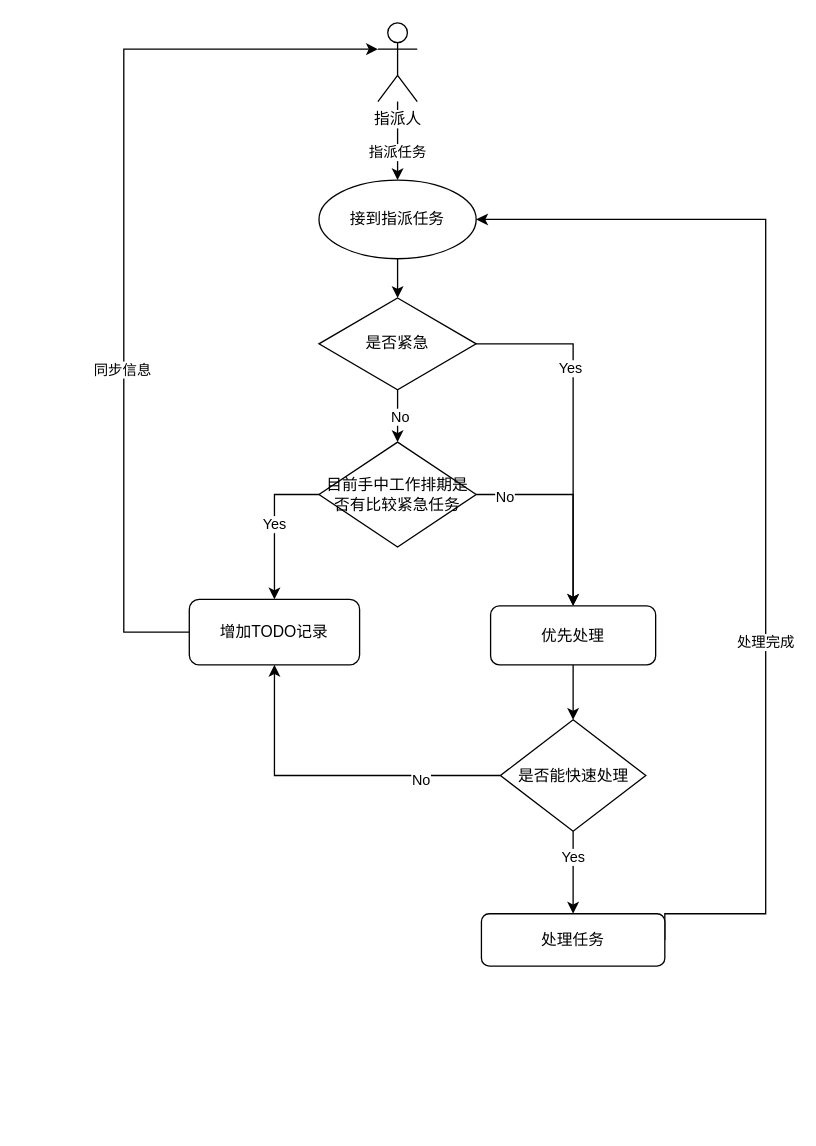
This is page "任务指派类" (1 of 3) of 处理问题流程.drawio from cp0802/xueqqiu, a draw.io file, before an edit. Source tidied: cells renumbered, new cells numbered last; positions are measured from the earlier drawing's top-left corner, leaving out a move shared by most shapes. Both pictures are drawn from the tidied source at 131%, with x=0, y=0 at pixel (123, 22).
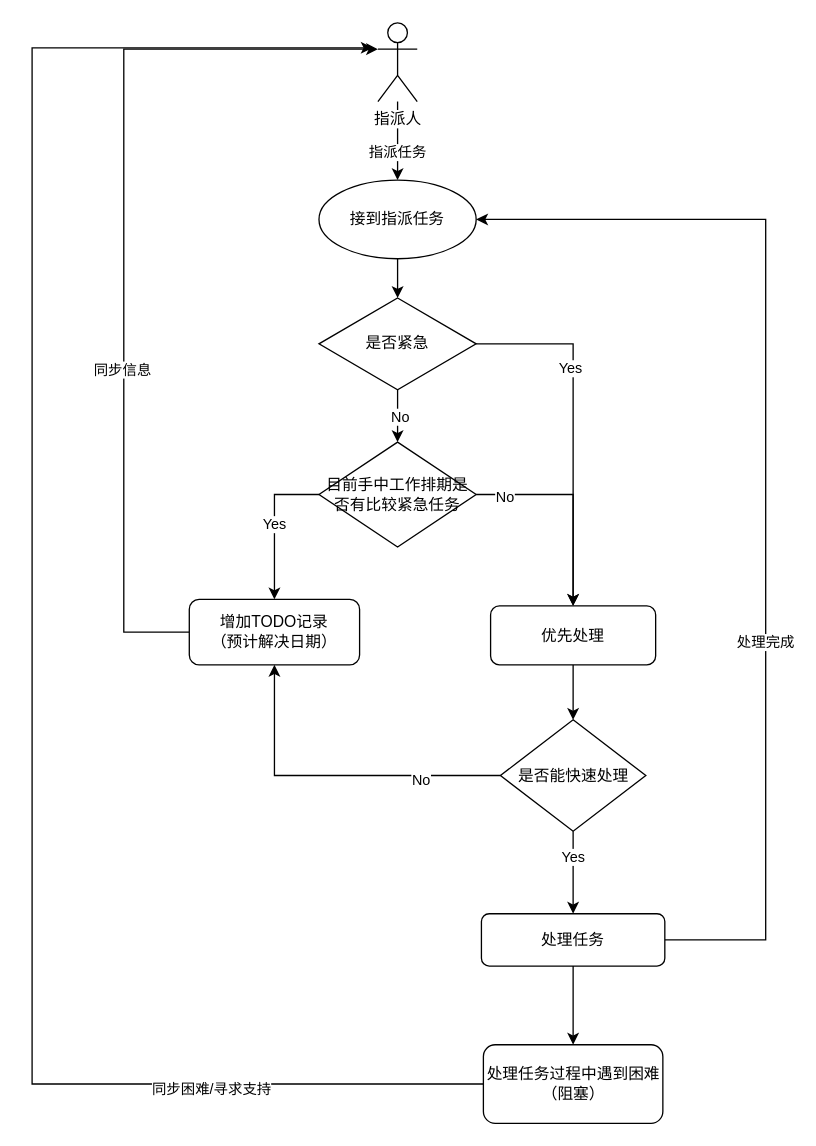
Above is the later version.

Commit message (it also covers changes not shown here):
Update 处理问题流程.drawio

Unchanged cells that the change refers to:
```xml
<mxCell id="3" value="接到指派任务" style="ellipse;whiteSpace=wrap;html=1;" parent="1" vertex="1">
  <mxGeometry x="149" y="120" width="120" height="60" as="geometry" />
</mxCell>
<mxCell id="28" value="处理任务" style="rounded=1;whiteSpace=wrap;html=1;" parent="1" vertex="1">
  <mxGeometry x="273" y="680" width="140" height="40" as="geometry" />
</mxCell>
```

What changed in the source:
```diff
@@
-    <mxCell id="17" value="增加TODO记录" style="rounded=1;whiteSpace=wrap;html=1;" parent="1" vertex="1">
+    <mxCell id="17" value="增加TODO记录&lt;br&gt;（预计解决日期）" style="rounded=1;whiteSpace=wrap;html=1;" parent="1" vertex="1">
       <mxGeometry x="50" y="440" width="130" height="50" as="geometry" />
     </mxCell>
@@
     <mxCell id="26" style="edgeStyle=orthogonalEdgeStyle;rounded=0;jettySize=auto;html=1;exitX=1;exitY=0.5;exitDx=0;exitDy=0;entryX=1;entryY=0.5;entryDx=0;entryDy=0;" parent="1" edge="1" source="28" target="3">
       <mxGeometry relative="1" as="geometry">
         <Array as="points">
-          <mxPoint x="490" y="680" />
+          <mxPoint x="490" y="700" />
           <mxPoint x="490" y="150" />
         </Array>
       </mxGeometry>
     </mxCell>
@@
+    <mxCell id="29" style="edgeStyle=orthogonalEdgeStyle;rounded=0;jettySize=auto;html=1;" parent="1" edge="1" source="28" target="32">
+      <mxGeometry relative="1" as="geometry" />
+    </mxCell>
@@
+    <mxCell id="30" style="edgeStyle=orthogonalEdgeStyle;rounded=0;jettySize=auto;html=1;" parent="1" edge="1" source="32">
+      <mxGeometry relative="1" as="geometry">
+        <mxPoint x="190" y="19" as="targetPoint" />
+        <Array as="points">
+          <mxPoint x="-70" y="810" />
+          <mxPoint x="-70" y="19" />
+        </Array>
+      </mxGeometry>
+    </mxCell>
+    <mxCell id="31" value="同步困难/寻求支持" style="edgeLabel;html=1;align=center;verticalAlign=middle;" parent="30" vertex="1">
+      <mxGeometry x="-0.7" y="3" relative="1" as="geometry">
+        <mxPoint x="1" as="offset" />
+      </mxGeometry>
+    </mxCell>
+    <mxCell id="32" value="&lt;span&gt;处理任务过程中遇到困难（阻塞）&lt;/span&gt;" style="rounded=1;whiteSpace=wrap;html=1;" parent="1" vertex="1">
+      <mxGeometry x="274.5" y="780" width="137" height="60" as="geometry" />
+    </mxCell>
```
